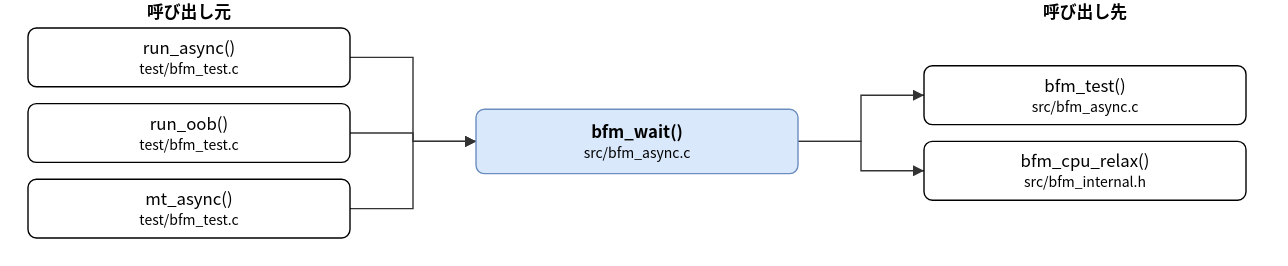
hf355051012-ai/bfmem keeps this draw.io diagram as doc/spec/images/call_src_bfm_async-bfm_wait.drawio.svg. Above is the earlier version. Source tidied: cells renumbered, new cells last; positions are measured from the earlier drawing's top-left corner, leaving out a move shared by most shapes.
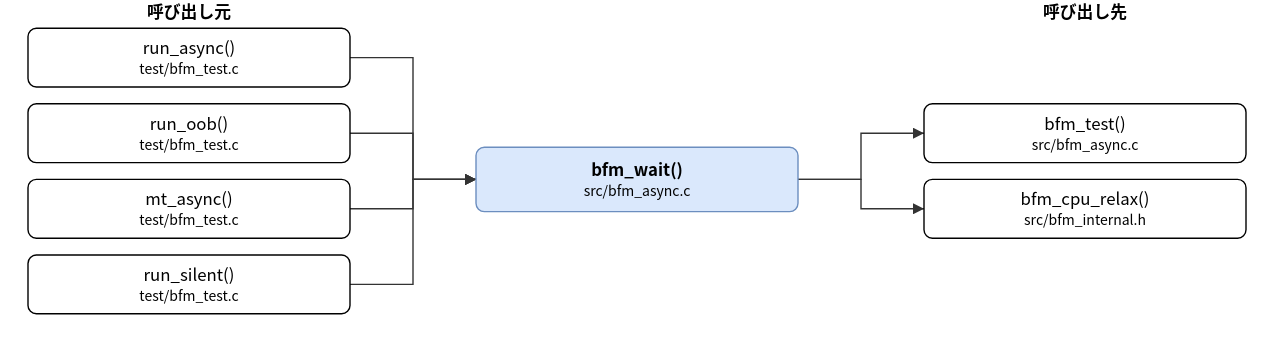
Above is the later version.

What changed in the source:
```diff
@@ -3,7 +3,7 @@
     <mxCell id="0" />
     <mxCell id="1" parent="0" />
     <mxCell id="2" value="bfm_wait()&lt;br&gt;&lt;font style=&quot;font-size:10px&quot;&gt;src/bfm_async.c&lt;/font&gt;" style="rounded=1;whiteSpace=wrap;html=1;fillColor=#dae8fc;strokeColor=#6c8ebf;fontStyle=1;" parent="1" vertex="1">
-      <mxGeometry x="320" y="78" width="230" height="46" as="geometry" />
+      <mxGeometry x="320" y="105" width="230" height="46" as="geometry" />
     </mxCell>
     <mxCell id="3" value="run_async()&lt;br&gt;&lt;font style=&quot;font-size:10px&quot;&gt;test/bfm_test.c&lt;/font&gt;" style="rounded=1;whiteSpace=wrap;html=1;" parent="1" vertex="1">
       <mxGeometry y="20" width="230" height="42" as="geometry" />
@@ -14,17 +14,20 @@
     <mxCell id="5" value="mt_async()&lt;br&gt;&lt;font style=&quot;font-size:10px&quot;&gt;test/bfm_test.c&lt;/font&gt;" style="rounded=1;whiteSpace=wrap;html=1;" parent="1" vertex="1">
       <mxGeometry y="128" width="230" height="42" as="geometry" />
     </mxCell>
+    <mxCell id="15" value="run_silent()&lt;br&gt;&lt;font style=&quot;font-size:10px&quot;&gt;test/bfm_test.c&lt;/font&gt;" style="rounded=1;whiteSpace=wrap;html=1;" parent="1" vertex="1">
+      <mxGeometry y="182" width="230" height="42" as="geometry" />
+    </mxCell>
     <mxCell id="6" value="bfm_test()&lt;br&gt;&lt;font style=&quot;font-size:10px&quot;&gt;src/bfm_async.c&lt;/font&gt;" style="rounded=1;whiteSpace=wrap;html=1;" parent="1" vertex="1">
-      <mxGeometry x="640" y="47" width="230" height="42" as="geometry" />
+      <mxGeometry x="640" y="74" width="230" height="42" as="geometry" />
     </mxCell>
     <mxCell id="7" value="bfm_cpu_relax()&lt;br&gt;&lt;font style=&quot;font-size:10px&quot;&gt;src/bfm_internal.h&lt;/font&gt;" style="rounded=1;whiteSpace=wrap;html=1;" parent="1" vertex="1">
-      <mxGeometry x="640" y="101" width="230" height="42" as="geometry" />
+      <mxGeometry x="640" y="128" width="230" height="42" as="geometry" />
     </mxCell>
     <mxCell id="8" style="edgeStyle=none;html=1;rounded=0;endArrow=block;endFill=1;exitX=1.0000;exitY=0.5000;exitDx=0;exitDy=0;exitPerimeter=0;entryX=0.0000;entryY=0.5000;entryDx=0;entryDy=0;entryPerimeter=0;" parent="1" edge="1" source="3" target="2">
       <mxGeometry relative="1" as="geometry">
         <Array as="points">
           <mxPoint x="275" y="41" />
-          <mxPoint x="275" y="101" />
+          <mxPoint x="275" y="128" />
         </Array>
       </mxGeometry>
     </mxCell>
@@ -32,7 +35,7 @@
       <mxGeometry relative="1" as="geometry">
         <Array as="points">
           <mxPoint x="275" y="95" />
-          <mxPoint x="275" y="101" />
+          <mxPoint x="275" y="128" />
         </Array>
       </mxGeometry>
     </mxCell>
@@ -40,26 +43,34 @@
       <mxGeometry relative="1" as="geometry">
         <Array as="points">
           <mxPoint x="275" y="149" />
-          <mxPoint x="275" y="101" />
+          <mxPoint x="275" y="128" />
         </Array>
       </mxGeometry>
     </mxCell>
-    <mxCell id="11" style="edgeStyle=none;html=1;rounded=0;endArrow=block;endFill=1;exitX=1.0000;exitY=0.5000;exitDx=0;exitDy=0;exitPerimeter=0;entryX=0.0000;entryY=0.5000;entryDx=0;entryDy=0;entryPerimeter=0;" parent="1" edge="1" source="2" target="6">
+    <mxCell id="11" style="edgeStyle=none;html=1;rounded=0;endArrow=block;endFill=1;exitX=1.0000;exitY=0.5000;exitDx=0;exitDy=0;exitPerimeter=0;entryX=0.0000;entryY=0.5000;entryDx=0;entryDy=0;entryPerimeter=0;" parent="1" edge="1" source="15" target="2">
       <mxGeometry relative="1" as="geometry">
         <Array as="points">
-          <mxPoint x="595" y="101" />
-          <mxPoint x="595" y="68" />
+          <mxPoint x="275" y="203" />
+          <mxPoint x="275" y="128" />
         </Array>
       </mxGeometry>
     </mxCell>
-    <mxCell id="12" style="edgeStyle=none;html=1;rounded=0;endArrow=block;endFill=1;exitX=1.0000;exitY=0.5000;exitDx=0;exitDy=0;exitPerimeter=0;entryX=0.0000;entryY=0.5000;entryDx=0;entryDy=0;entryPerimeter=0;" parent="1" edge="1" source="2" target="7">
+    <mxCell id="12" style="edgeStyle=none;html=1;rounded=0;endArrow=block;endFill=1;exitX=1.0000;exitY=0.5000;exitDx=0;exitDy=0;exitPerimeter=0;entryX=0.0000;entryY=0.5000;entryDx=0;entryDy=0;entryPerimeter=0;" parent="1" edge="1" source="2" target="6">
       <mxGeometry relative="1" as="geometry">
         <Array as="points">
-          <mxPoint x="595" y="101" />
-          <mxPoint x="595" y="122" />
+          <mxPoint x="595" y="128" />
+          <mxPoint x="595" y="95" />
         </Array>
       </mxGeometry>
     </mxCell>
+    <mxCell id="16" style="edgeStyle=none;html=1;rounded=0;endArrow=block;endFill=1;exitX=1.0000;exitY=0.5000;exitDx=0;exitDy=0;exitPerimeter=0;entryX=0.0000;entryY=0.5000;entryDx=0;entryDy=0;entryPerimeter=0;" parent="1" edge="1" source="2" target="7">
+      <mxGeometry relative="1" as="geometry">
+        <Array as="points">
+          <mxPoint x="595" y="128" />
+          <mxPoint x="595" y="149" />
+        </Array>
+      </mxGeometry>
+    </mxCell>
     <mxCell id="13" value="呼び出し元" style="text;html=1;align=center;fontStyle=1;" parent="1" vertex="1">
       <mxGeometry x="35" width="160" height="18" as="geometry" />
     </mxCell>
```
